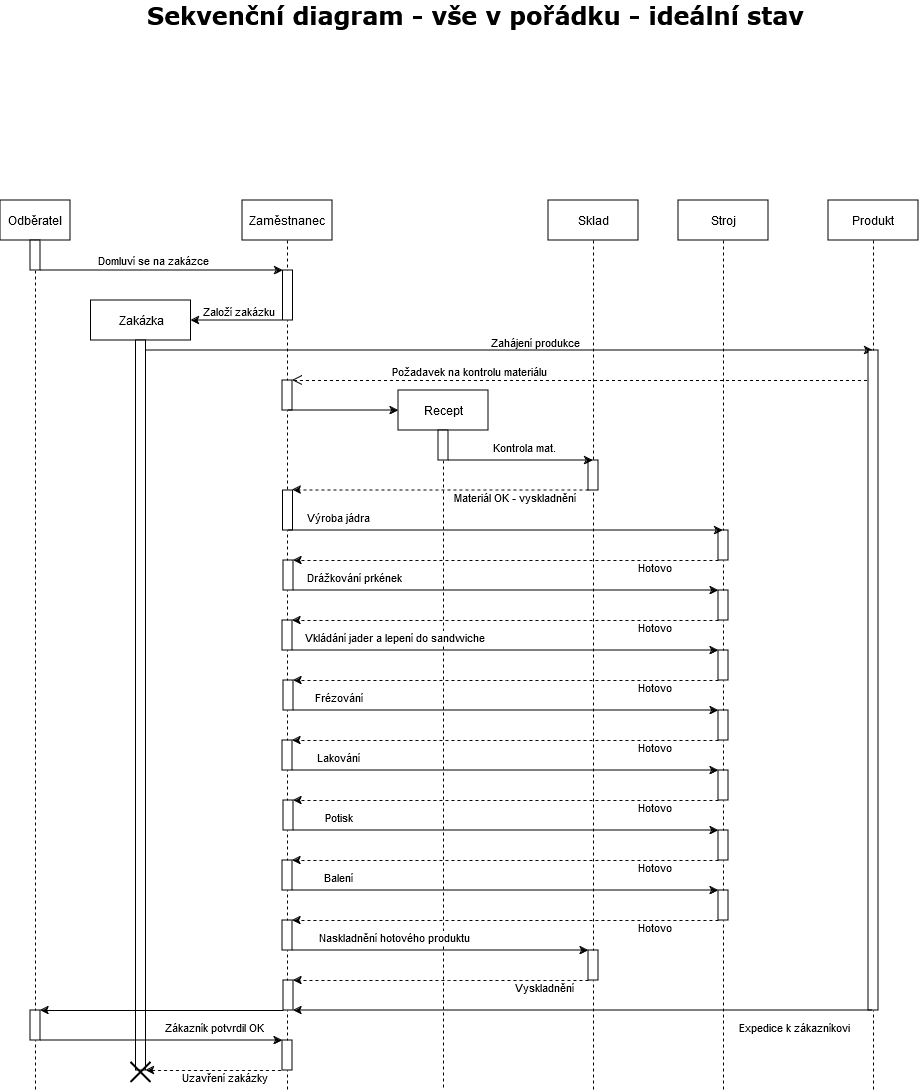
This is SW_ING/Kosmeticka_tuzka_sekvencni_diagram.png from KarelMasa/pg, a draw.io export, as it was before one commit. Source tidied: cells renumbered, new cells last; positions are measured from the earlier drawing's top-left corner, leaving out a move shared by most shapes.
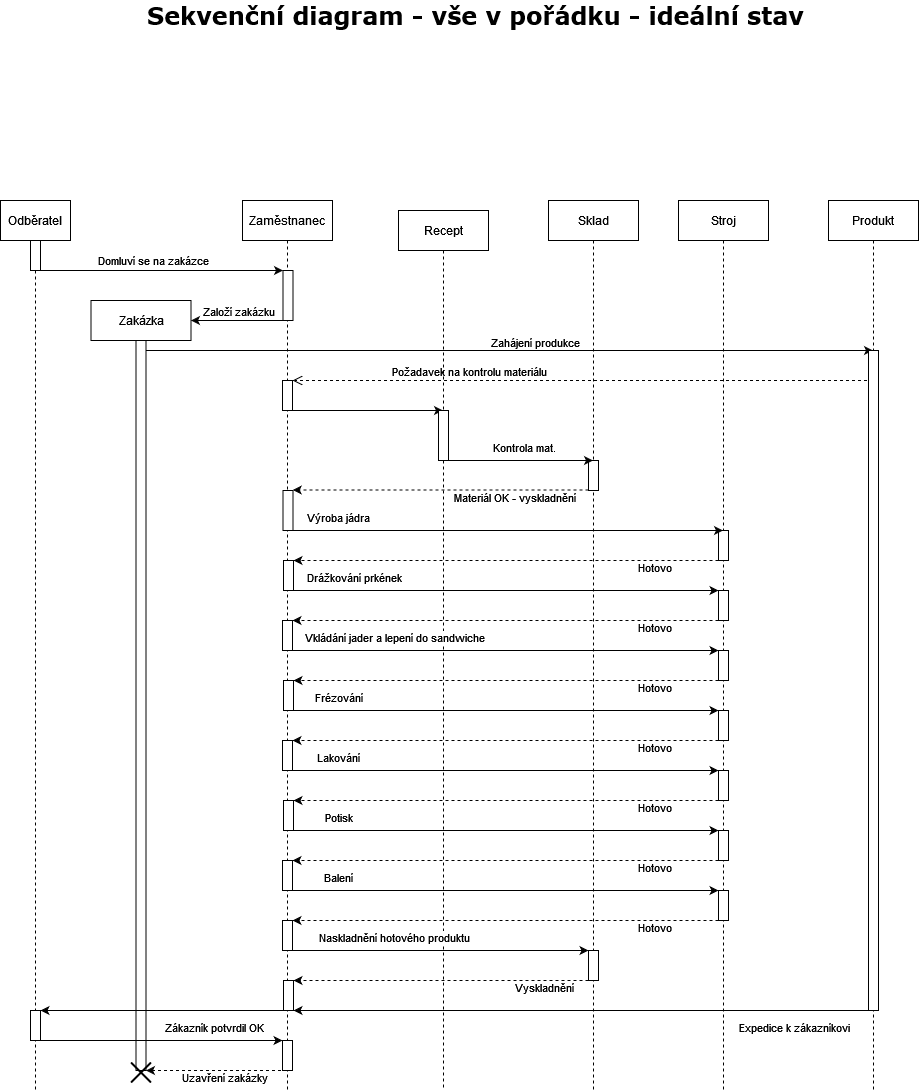
Above is the later version.

Change to the diagram source:
```diff
@@ -109,10 +109,9 @@
     <mxCell id="30" value="Požadavek na kontrolu materiálu" style="edgeLabel;html=1;align=center;verticalAlign=middle;" parent="1" vertex="1">
       <mxGeometry x="468" y="370" as="geometry" />
     </mxCell>
-    <mxCell id="31" style="edgeStyle=elbowEdgeStyle;rounded=0;orthogonalLoop=1;jettySize=auto;html=1;elbow=vertical;" parent="1" edge="1">
+    <mxCell id="31" style="edgeStyle=elbowEdgeStyle;rounded=0;jettySize=auto;html=1;elbow=vertical;" parent="1" edge="1" target="34">
       <mxGeometry relative="1" as="geometry">
         <mxPoint x="288" y="410" as="sourcePoint" />
-        <mxPoint x="398" y="410" as="targetPoint" />
         <Array as="points">
           <mxPoint x="354" y="410" />
         </Array>
@@ -125,10 +124,10 @@
       <mxGeometry x="45" y="40" width="10" height="730" as="geometry" />
     </mxCell>
     <mxCell id="34" value="Recept" style="shape=umlLifeline;perimeter=lifelinePerimeter;whiteSpace=wrap;html=1;outlineConnect=0;portConstraint=eastwest;newEdgeStyle={&quot;edgeStyle&quot;:&quot;elbowEdgeStyle&quot;,&quot;elbow&quot;:&quot;vertical&quot;,&quot;curved&quot;:0,&quot;rounded&quot;:0};" parent="1" vertex="1">
-      <mxGeometry x="398" y="390" width="90" height="700" as="geometry" />
+      <mxGeometry x="398" y="210" width="90" height="880" as="geometry" />
     </mxCell>
     <mxCell id="35" style="html=1;perimeter=orthogonalPerimeter;targetShapes=umlLifeline;newEdgeStyle={&quot;curved&quot;:0,&quot;rounded&quot;:0};" parent="34" vertex="1">
-      <mxGeometry x="40" y="40" width="10" height="30" as="geometry" />
+      <mxGeometry x="40" y="200" width="10" height="50" as="geometry" />
     </mxCell>
     <mxCell id="36" style="rounded=0;jettySize=auto;html=1;dashed=1;" parent="1" edge="1" source="26">
       <mxGeometry relative="1" as="geometry">
```
